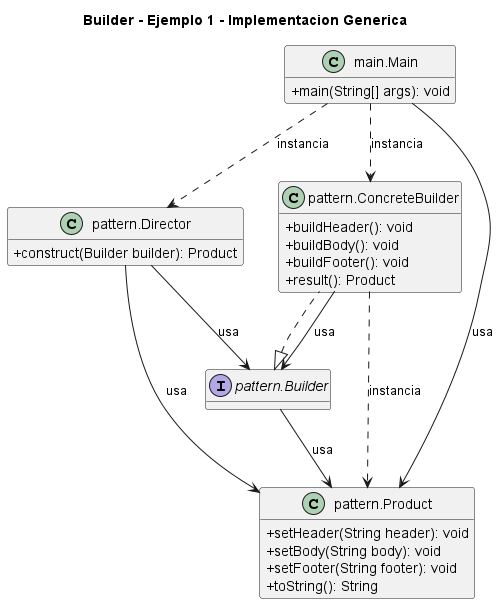
Before: 1. Creacionales/Builder/Ejemplo 1 - Implementacion Generica/UML.png, a diagram exported from PlantUML (NicoCG32/Patrones-de-Software-y-Programacion-UCN). Its diagram source:
```plantuml
@startuml
title Builder - Ejemplo 1 - Implementacion Generica
skinparam classAttributeIconSize 0
hide empty fields
class "main.Main" as main_Main {
  +main(String[] args): void
}
interface "pattern.Builder" as pattern_Builder {
}
class "pattern.ConcreteBuilder" as pattern_ConcreteBuilder {
  +buildHeader(): void
  +buildBody(): void
  +buildFooter(): void
  +result(): Product
}
class "pattern.Director" as pattern_Director {
  +construct(Builder builder): Product
}
class "pattern.Product" as pattern_Product {
  +setHeader(String header): void
  +setBody(String body): void
  +setFooter(String footer): void
  +toString(): String
}
pattern_Builder <|.. pattern_ConcreteBuilder
main_Main ..> pattern_ConcreteBuilder : instancia
main_Main ..> pattern_Director : instancia
main_Main --> pattern_Product : usa
pattern_Builder --> pattern_Product : usa
pattern_ConcreteBuilder --> pattern_Builder : usa
pattern_ConcreteBuilder ..> pattern_Product : instancia
pattern_Director --> pattern_Builder : usa
pattern_Director --> pattern_Product : usa
@enduml
```
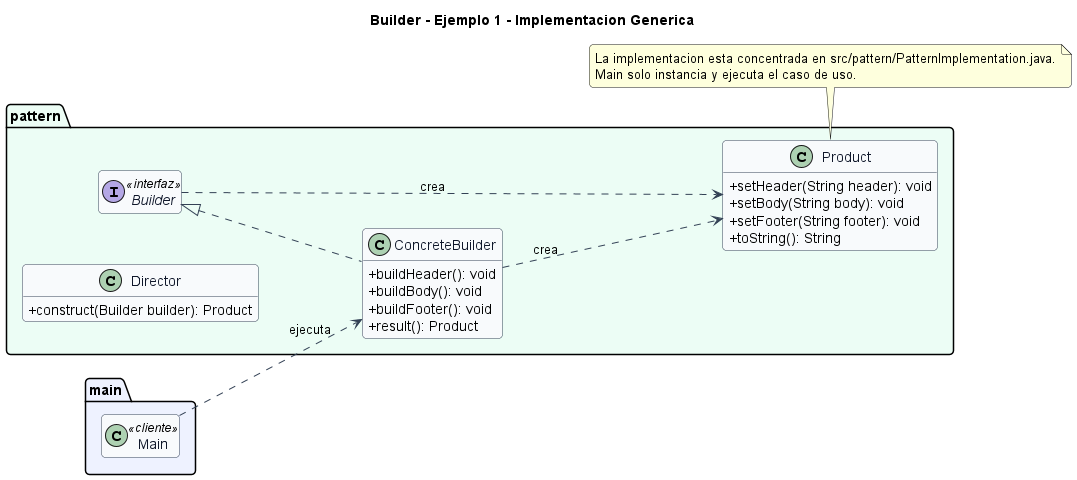
The same file after the commit.

What changed in the source:
```diff
@@ -1,34 +1,49 @@
 @startuml
 title Builder - Ejemplo 1 - Implementacion Generica
+left to right direction
+skinparam backgroundColor #FFFFFF
+skinparam shadowing false
+skinparam roundcorner 8
 skinparam classAttributeIconSize 0
-hide empty fields
-class "main.Main" as main_Main {
-  +main(String[] args): void
+skinparam class {
+  BackgroundColor #F8FAFC
+  BorderColor #334155
+  ArrowColor #334155
+  FontColor #0F172A
 }
-interface "pattern.Builder" as pattern_Builder {
+hide empty members
+
+package "main" #EEF2FF {
+  class Main <<cliente>>
 }
-class "pattern.ConcreteBuilder" as pattern_ConcreteBuilder {
-  +buildHeader(): void
-  +buildBody(): void
-  +buildFooter(): void
-  +result(): Product
+
+package "pattern" #ECFDF5 {
+  interface Builder <<interfaz>> {
+  }
+  class ConcreteBuilder {
+    +buildHeader(): void
+    +buildBody(): void
+    +buildFooter(): void
+    +result(): Product
+  }
+  class Director {
+    +construct(Builder builder): Product
+  }
+  class Product {
+    +setHeader(String header): void
+    +setBody(String body): void
+    +setFooter(String footer): void
+    +toString(): String
+  }
 }
-class "pattern.Director" as pattern_Director {
-  +construct(Builder builder): Product
-}
-class "pattern.Product" as pattern_Product {
-  +setHeader(String header): void
-  +setBody(String body): void
-  +setFooter(String footer): void
-  +toString(): String
-}
-pattern_Builder <|.. pattern_ConcreteBuilder
-main_Main ..> pattern_ConcreteBuilder : instancia
-main_Main ..> pattern_Director : instancia
-main_Main --> pattern_Product : usa
-pattern_Builder --> pattern_Product : usa
-pattern_ConcreteBuilder --> pattern_Builder : usa
-pattern_ConcreteBuilder ..> pattern_Product : instancia
-pattern_Director --> pattern_Builder : usa
-pattern_Director --> pattern_Product : usa
+
+Builder <|.. ConcreteBuilder
+Builder ..> Product : crea
+ConcreteBuilder ..> Product : crea
+Main ..> ConcreteBuilder : ejecuta
+
+note bottom
+La implementacion esta concentrada en src/pattern/PatternImplementation.java.
+Main solo instancia y ejecuta el caso de uso.
+end note
 @enduml
```
